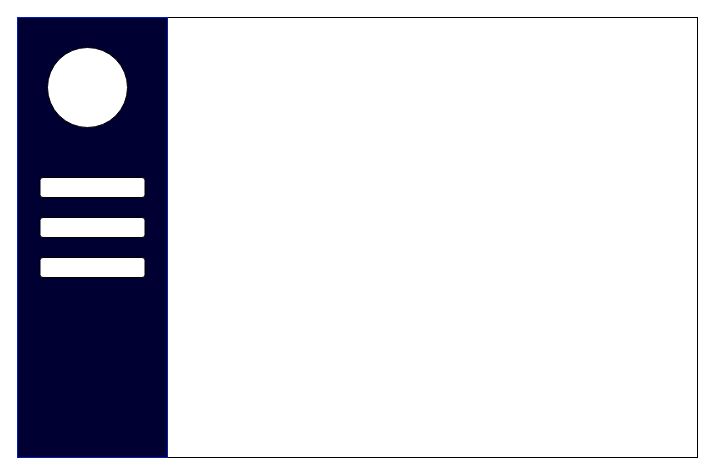
The draw.io diagram page "Page-2" (2 of 2) of Untitled Diagram.drawio in pramodrk22/test, before the edit. Source tidied: cells renumbered, new cells numbered last; positions are measured from the earlier drawing's top-left corner, leaving out a move shared by most shapes. Both pictures are drawn from the tidied source at 100%, with x=0, y=0 at pixel (17, 17).
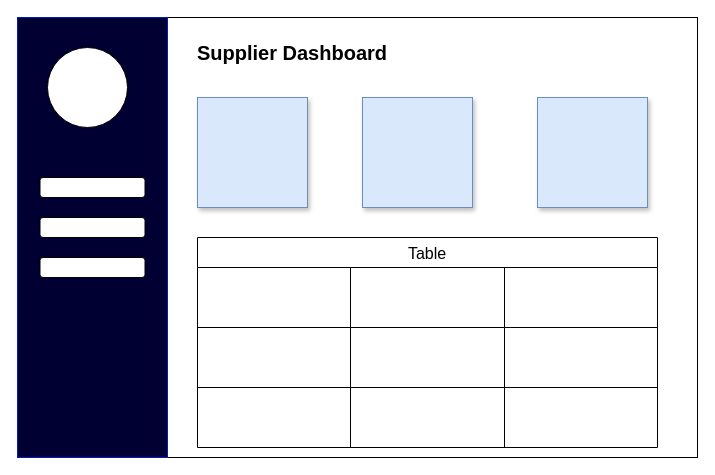
After the change.

What changed in the source:
```diff
@@
+    <mxCell id="8" value="&lt;b&gt;&lt;font style=&quot;font-size: 20px;&quot;&gt;Supplier Dashboard&lt;/font&gt;&lt;/b&gt;" style="text;html=1;strokeColor=none;fillColor=none;align=center;verticalAlign=middle;whiteSpace=wrap;rounded=0;" parent="1" vertex="1">
+      <mxGeometry x="170" y="20" width="210" height="30" as="geometry" />
+    </mxCell>
+    <mxCell id="9" style="whiteSpace=wrap;html=1;fillColor=#dae8fc;strokeColor=#6c8ebf;shadow=1;" parent="1" vertex="1">
+      <mxGeometry x="180" y="80" width="110" height="110" as="geometry" />
+    </mxCell>
+    <mxCell id="10" style="whiteSpace=wrap;html=1;fillColor=#dae8fc;strokeColor=#6c8ebf;shadow=1;" parent="1" vertex="1">
+      <mxGeometry x="345" y="80" width="110" height="110" as="geometry" />
+    </mxCell>
+    <mxCell id="11" style="whiteSpace=wrap;html=1;fillColor=#dae8fc;strokeColor=#6c8ebf;shadow=1;" parent="1" vertex="1">
+      <mxGeometry x="520" y="80" width="110" height="110" as="geometry" />
+    </mxCell>
+    <mxCell id="12" value="Table" style="shape=table;startSize=30;childLayout=tableLayout;strokeColor=default;fontSize=16;" parent="1" vertex="1">
+      <mxGeometry x="180" y="220" width="460" height="210" as="geometry" />
+    </mxCell>
+    <mxCell id="13" style="shape=tableRow;horizontal=0;startSize=0;swimlaneHead=0;swimlaneBody=0;strokeColor=inherit;top=0;left=0;bottom=0;right=0;fillColor=none;fontSize=16;" parent="12" vertex="1">
+      <mxGeometry y="30" width="460" height="60" as="geometry" />
+    </mxCell>
+    <mxCell id="14" style="shape=partialRectangle;html=1;whiteSpace=wrap;strokeColor=inherit;overflow=hidden;fillColor=none;top=0;left=0;bottom=0;right=0;fontSize=16;" parent="13" vertex="1">
+      <mxGeometry width="153" height="60" as="geometry" />
+    </mxCell>
+    <mxCell id="15" style="shape=partialRectangle;html=1;whiteSpace=wrap;strokeColor=inherit;overflow=hidden;fillColor=none;top=0;left=0;bottom=0;right=0;fontSize=16;" parent="13" vertex="1">
+      <mxGeometry x="153" width="154" height="60" as="geometry" />
+    </mxCell>
+    <mxCell id="16" style="shape=partialRectangle;html=1;whiteSpace=wrap;strokeColor=inherit;overflow=hidden;fillColor=none;top=0;left=0;bottom=0;right=0;fontSize=16;" parent="13" vertex="1">
+      <mxGeometry x="307" width="153" height="60" as="geometry" />
+    </mxCell>
+    <mxCell id="17" style="shape=tableRow;horizontal=0;startSize=0;swimlaneHead=0;swimlaneBody=0;strokeColor=inherit;top=0;left=0;bottom=0;right=0;fillColor=none;fontSize=16;" parent="12" vertex="1">
+      <mxGeometry y="90" width="460" height="60" as="geometry" />
+    </mxCell>
+    <mxCell id="18" style="shape=partialRectangle;html=1;whiteSpace=wrap;strokeColor=inherit;overflow=hidden;fillColor=none;top=0;left=0;bottom=0;right=0;fontSize=16;" parent="17" vertex="1">
+      <mxGeometry width="153" height="60" as="geometry" />
+    </mxCell>
+    <mxCell id="19" style="shape=partialRectangle;html=1;whiteSpace=wrap;strokeColor=inherit;overflow=hidden;fillColor=none;top=0;left=0;bottom=0;right=0;fontSize=16;" parent="17" vertex="1">
+      <mxGeometry x="153" width="154" height="60" as="geometry" />
+    </mxCell>
+    <mxCell id="20" style="shape=partialRectangle;html=1;whiteSpace=wrap;strokeColor=inherit;overflow=hidden;fillColor=none;top=0;left=0;bottom=0;right=0;fontSize=16;" parent="17" vertex="1">
+      <mxGeometry x="307" width="153" height="60" as="geometry" />
+    </mxCell>
+    <mxCell id="21" style="shape=tableRow;horizontal=0;startSize=0;swimlaneHead=0;swimlaneBody=0;strokeColor=inherit;top=0;left=0;bottom=0;right=0;fillColor=none;fontSize=16;" parent="12" vertex="1">
+      <mxGeometry y="150" width="460" height="60" as="geometry" />
+    </mxCell>
+    <mxCell id="22" style="shape=partialRectangle;html=1;whiteSpace=wrap;strokeColor=inherit;overflow=hidden;fillColor=none;top=0;left=0;bottom=0;right=0;fontSize=16;" parent="21" vertex="1">
+      <mxGeometry width="153" height="60" as="geometry" />
+    </mxCell>
+    <mxCell id="23" style="shape=partialRectangle;html=1;whiteSpace=wrap;strokeColor=inherit;overflow=hidden;fillColor=none;top=0;left=0;bottom=0;right=0;fontSize=16;" parent="21" vertex="1">
+      <mxGeometry x="153" width="154" height="60" as="geometry" />
+    </mxCell>
+    <mxCell id="24" style="shape=partialRectangle;html=1;whiteSpace=wrap;strokeColor=inherit;overflow=hidden;fillColor=none;top=0;left=0;bottom=0;right=0;fontSize=16;" parent="21" vertex="1">
+      <mxGeometry x="307" width="153" height="60" as="geometry" />
+    </mxCell>
```
